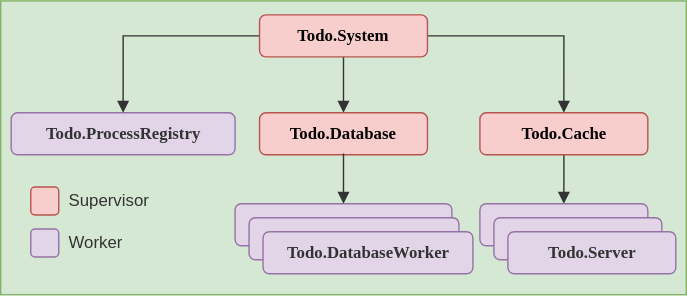
The draw.io diagram slides/images/supervisor-tree.svg in Eoic/ElixirPresentation, before a commit. Source tidied: cells renumbered, new cells last; positions are measured from the earlier drawing's top-left corner, leaving out a move shared by most shapes.
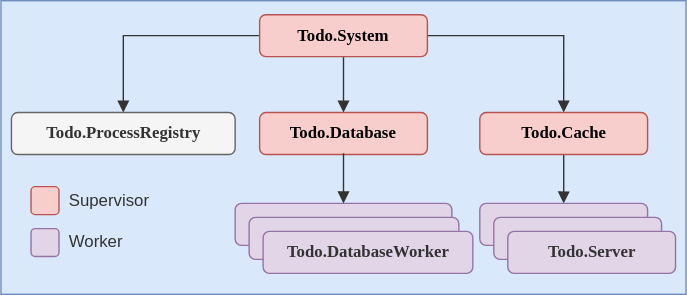
Above is the later version.

What changed in the source:
```diff
@@ -5,13 +5,13 @@
     <mxCell id="2" style="group;" parent="1" vertex="1">
       <mxGeometry width="490" height="210" as="geometry" />
     </mxCell>
-    <mxCell id="3" style="rounded=0;whiteSpace=wrap;html=1;fillColor=#d5e8d4;strokeColor=#82b366;" parent="2" vertex="1">
+    <mxCell id="3" style="rounded=0;whiteSpace=wrap;html=1;fillColor=#dae8fc;strokeColor=#6c8ebf;" parent="2" vertex="1">
       <mxGeometry width="490" height="210" as="geometry" />
     </mxCell>
     <mxCell id="4" value="Todo.Database" style="rounded=1;whiteSpace=wrap;html=1;fillColor=#f8cecc;strokeColor=#b85450;glass=0;fontFamily=Fira Code;fontSource=https%3A%2F%2Ffonts.googleapis.com%2Fcss%3Ffamily%3DFira%2BCode;fontStyle=1;" parent="2" vertex="1">
       <mxGeometry x="185" y="80" width="120" height="30" as="geometry" />
     </mxCell>
-    <mxCell id="5" value="Todo.ProcessRegistry" style="rounded=1;whiteSpace=wrap;html=1;fillColor=#e1d5e7;strokeColor=#9673a6;glass=0;fontFamily=Fira Code;fontSource=https%3A%2F%2Ffonts.googleapis.com%2Fcss%3Ffamily%3DFira%2BCode;fontStyle=1;fontColor=#333333;" parent="2" vertex="1">
+    <mxCell id="5" value="Todo.ProcessRegistry" style="rounded=1;whiteSpace=wrap;html=1;fillColor=#f5f5f5;strokeColor=#666666;glass=0;fontFamily=Fira Code;fontSource=https%3A%2F%2Ffonts.googleapis.com%2Fcss%3Ffamily%3DFira%2BCode;fontStyle=1;fontColor=#333333;" parent="2" vertex="1">
       <mxGeometry x="7.5" y="80" width="160" height="30" as="geometry" />
     </mxCell>
     <mxCell id="6" style="edgeStyle=orthogonalEdgeStyle;rounded=0;jettySize=auto;html=1;entryX=0.5;entryY=0;entryDx=0;entryDy=0;fontColor=#333333;endArrow=block;endFill=1;strokeColor=#333333;" parent="2" edge="1" source="9" target="4">
```
